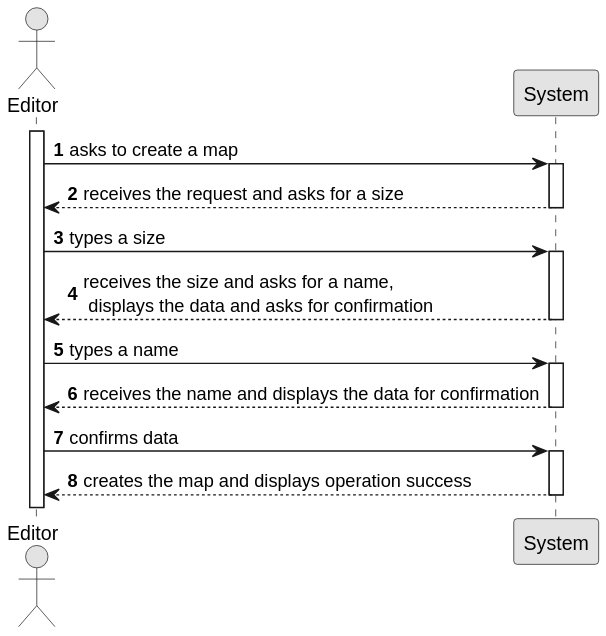
This is Sprint3/US001/01.requirements-engineering/svg/US001-SSD.svg from 1240935/pi2-railway-simulator, a PlantUML export, as it was before one commit. Its diagram source:
```plantuml
@startuml
skinparam monochrome true
skinparam packageStyle rectangle
skinparam shadowing false

autonumber

actor "Editor" as Editor
participant "System" as System

activate Editor

    Editor -> System : asks to create a map
    activate System

        System --> Editor : receives the request and asks for a size
    deactivate System

    Editor -> System : types a size
    activate System

        System --> Editor : receives the size and asks for a name, \n displays the data and asks for confirmation
    deactivate System

    Editor -> System : types a name
    activate System

    System --> Editor : receives the name and displays the data for confirmation
            deactivate System

    Editor -> System : confirms data

    activate System

        System --> Editor : creates the map and displays operation success
    deactivate System
@enduml
```
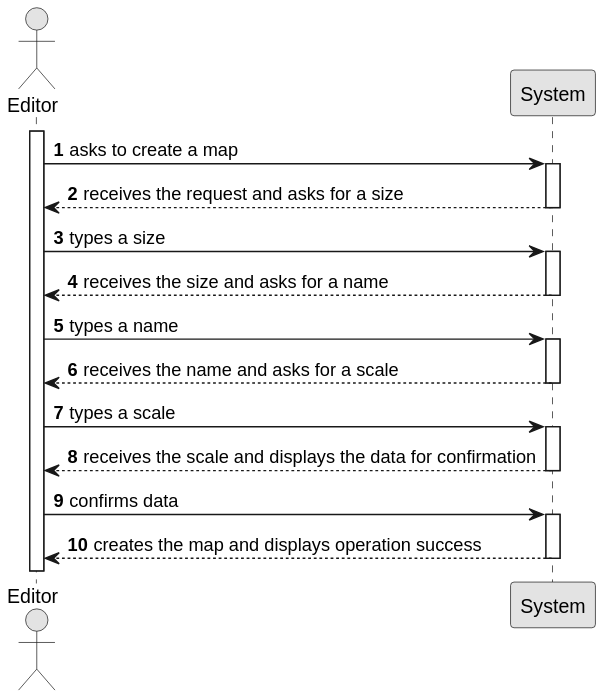
The same file after the commit.

The edit, as a diff of the source:
```diff
@@ -19,14 +19,20 @@
     Editor -> System : types a size
     activate System
 
-        System --> Editor : receives the size and asks for a name, \n displays the data and asks for confirmation
+        System --> Editor : receives the size and asks for a name
     deactivate System
 
     Editor -> System : types a name
     activate System
 
-    System --> Editor : receives the name and displays the data for confirmation
+    System --> Editor : receives the name and asks for a scale
             deactivate System
+
+    Editor -> System : types a scale
+             activate System
+
+    System --> Editor : receives the scale and displays the data for confirmation
+             deactivate System
 
     Editor -> System : confirms data
 
```
